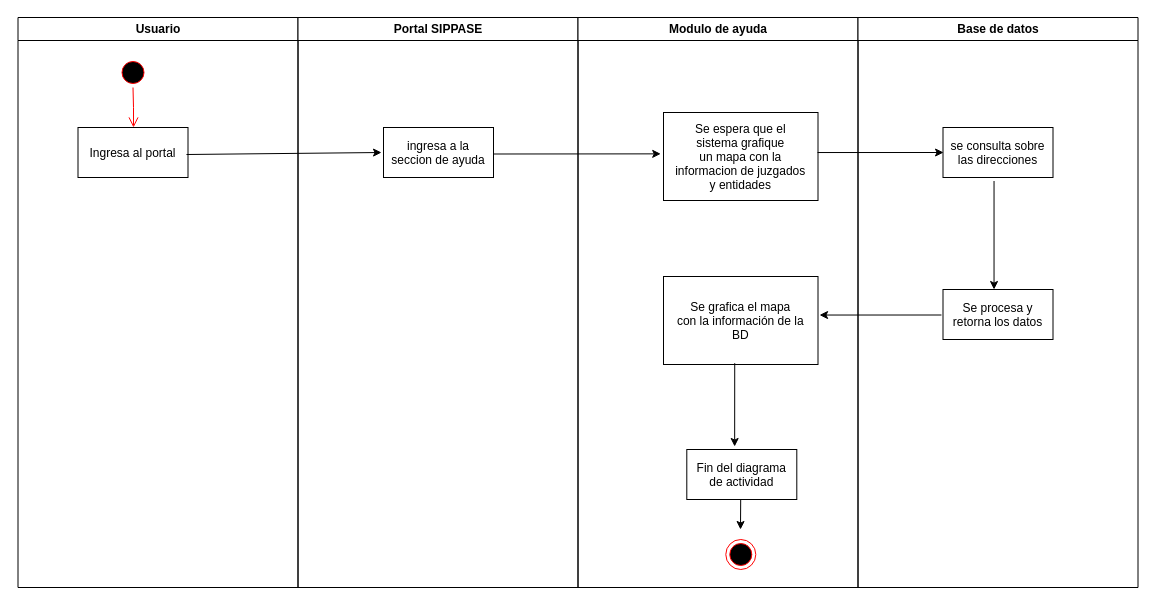
Earlier version of the draw.io diagram Untitled Diagram.drawio (diego-adrian/vuejs). Source tidied: cells renumbered, new cells numbered last; positions are measured from the earlier drawing's top-left corner, leaving out a move shared by most shapes. Both pictures are drawn from the tidied source at 100%, with x=0, y=0 at pixel (17, 17).
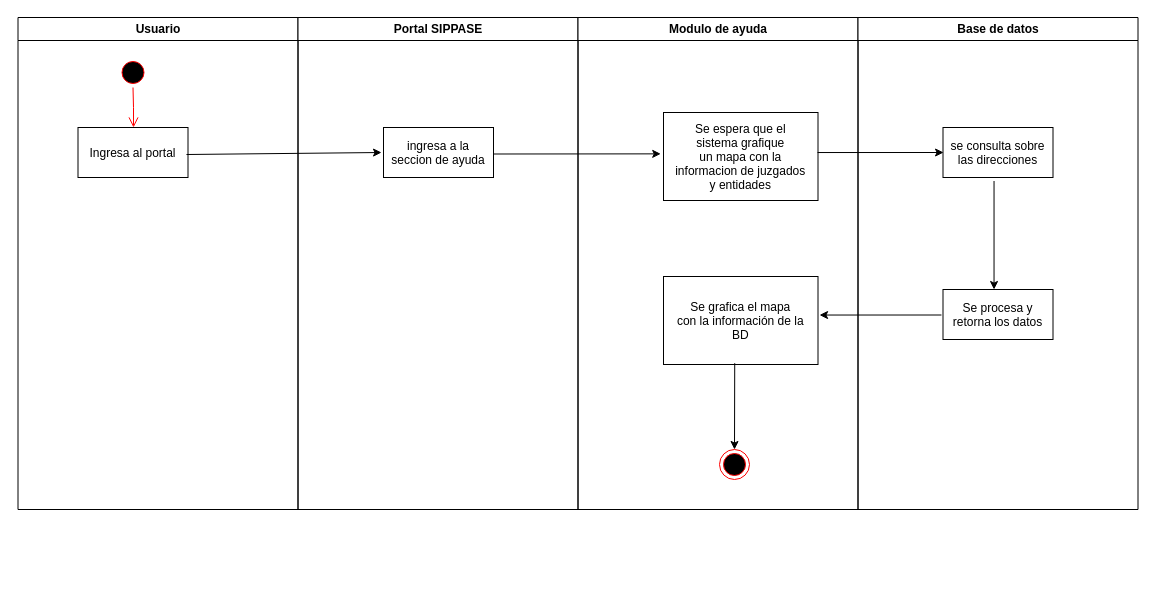
After the change.

Unchanged cells that the change refers to:
```xml
<mxCell id="10" value="Se grafica el mapa&#10;con la información de la&#10;BD" parent="8" vertex="1">
  <mxGeometry x="85.5" y="259" width="154.5" height="88" as="geometry" />
</mxCell>
```

Change to the diagram source:
```diff
@@
     <mxCell id="2" value="Usuario" style="swimlane;whiteSpace=wrap;" parent="1" vertex="1">
-      <mxGeometry x="0.5" width="280" height="570" as="geometry" />
+      <mxGeometry x="0.5" width="280" height="492" as="geometry" />
     </mxCell>
@@
     <mxCell id="6" value="Portal SIPPASE" style="swimlane;whiteSpace=wrap;" parent="1" vertex="1">
-      <mxGeometry x="280.5" width="280" height="570" as="geometry" />
+      <mxGeometry x="280.5" width="280" height="492" as="geometry" />
     </mxCell>
@@
     <mxCell id="8" value="Modulo de ayuda" style="swimlane;whiteSpace=wrap;" parent="1" vertex="1">
-      <mxGeometry x="560.5" width="280" height="570" as="geometry" />
+      <mxGeometry x="560.5" width="280" height="492" as="geometry" />
     </mxCell>
@@
-    <mxCell id="11" value="Fin del diagrama&#10;de actividad" parent="8" vertex="1">
-      <mxGeometry x="108.8" y="432" width="110" height="50" as="geometry" />
-    </mxCell>
     <mxCell id="12" style="ellipse;shape=endState;fillColor=#000000;strokeColor=#ff0000;" parent="8" vertex="1">
-      <mxGeometry x="147.8" y="522" width="30" height="30" as="geometry" />
+      <mxGeometry x="141.5" y="432" width="30" height="30" as="geometry" />
     </mxCell>
-    <mxCell id="13" style="endArrow=classic;html=1;rounded=0;exitX=0.461;exitY=0.985;exitDx=0;exitDy=0;exitPerimeter=0;entryX=0.435;entryY=-0.06;entryDx=0;entryDy=0;entryPerimeter=0;" parent="8" edge="1" source="10" target="11">
+    <mxCell id="13" style="endArrow=classic;html=1;rounded=0;exitX=0.461;exitY=0.985;exitDx=0;exitDy=0;exitPerimeter=0;" parent="8" edge="1" source="10" target="12">
       <mxGeometry relative="1" as="geometry" />
     </mxCell>
-    <mxCell id="14" style="endArrow=classic;html=1;rounded=0;exitX=0.49;exitY=1.001;exitDx=0;exitDy=0;exitPerimeter=0;" parent="8" edge="1" source="11">
-      <mxGeometry relative="1" as="geometry">
-        <mxPoint x="162.5" y="512" as="targetPoint" />
-      </mxGeometry>
-    </mxCell>
@@
     <mxCell id="16" value="Base de datos" style="swimlane;whiteSpace=wrap;" parent="1" vertex="1">
-      <mxGeometry x="840.5" width="280" height="570" as="geometry" />
+      <mxGeometry x="840.5" width="280" height="492" as="geometry" />
     </mxCell>
```
